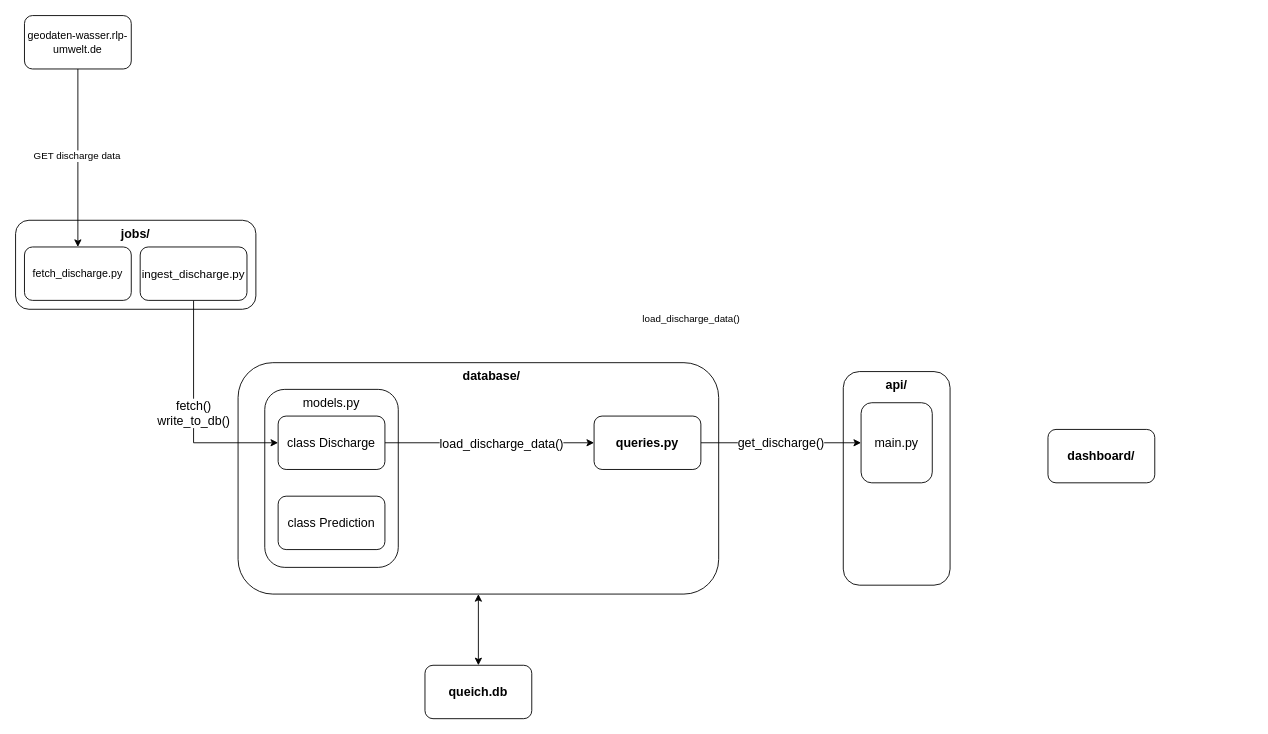
Earlier version of the draw.io diagram architecture/Pred-Q-ueich.drawio (danielsehr/pred-Q-ueich). Source tidied: cells renumbered, new cells numbered last; positions are measured from the earlier drawing's top-left corner, leaving out a move shared by most shapes. Both pictures are drawn from the tidied source at 89%, with x=0, y=0 at pixel (15, 15).
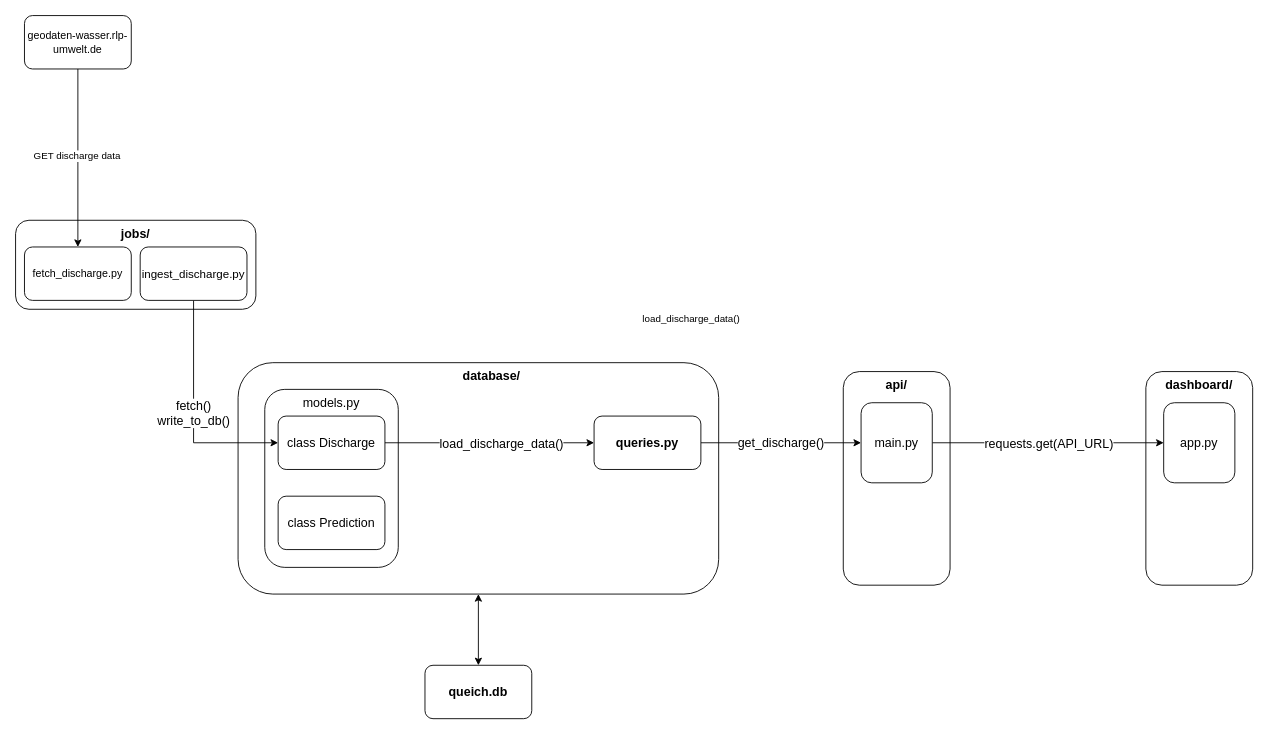
After the change.

Unchanged cells that the change refers to:
```xml
<mxCell id="28" value="&lt;font style=&quot;font-size: 14px;&quot;&gt;main.py&lt;/font&gt;" style="rounded=1;whiteSpace=wrap;html=1;" parent="1" vertex="1">
  <mxGeometry x="950" y="435" width="80" height="90" as="geometry" />
</mxCell>
```

What changed in the source:
```diff
@@
-    <mxCell id="5" value="&lt;font style=&quot;font-size: 14px;&quot;&gt;&lt;b&gt;dashboard/&lt;/b&gt;&lt;/font&gt;" style="rounded=1;whiteSpace=wrap;html=1;" parent="1" vertex="1">
-      <mxGeometry x="1160" y="465" width="120" height="60" as="geometry" />
+    <mxCell id="5" style="rounded=1;whiteSpace=wrap;html=1;" parent="1" vertex="1">
+      <mxGeometry x="1270" y="400" width="120" height="240" as="geometry" />
     </mxCell>
@@
+    <mxCell id="29" style="edgeStyle=orthogonalEdgeStyle;rounded=0;jettySize=auto;html=1;exitX=1;exitY=0.5;exitDx=0;exitDy=0;entryX=0;entryY=0.5;entryDx=0;entryDy=0;" parent="1" edge="1" source="28" target="32">
+      <mxGeometry relative="1" as="geometry" />
+    </mxCell>
+    <mxCell id="30" value="requests.get(API_URL)" style="edgeLabel;html=1;align=center;verticalAlign=middle;fontSize=14;" parent="29" vertex="1">
+      <mxGeometry x="0.08" y="2" relative="1" as="geometry">
+        <mxPoint x="-10" y="2" as="offset" />
+      </mxGeometry>
+    </mxCell>
@@
+    <mxCell id="31" value="&lt;font style=&quot;font-size: 14px;&quot;&gt;&lt;b&gt;dashboard/&lt;/b&gt;&lt;/font&gt;" style="text;html=1;whiteSpace=wrap;strokeColor=none;fillColor=none;align=center;verticalAlign=middle;rounded=0;" parent="1" vertex="1">
+      <mxGeometry x="1280" y="400" width="100" height="30" as="geometry" />
+    </mxCell>
+    <mxCell id="32" value="&lt;font style=&quot;font-size: 14px;&quot;&gt;app.py&lt;/font&gt;" style="rounded=1;whiteSpace=wrap;html=1;" parent="1" vertex="1">
+      <mxGeometry x="1290" y="435" width="80" height="90" as="geometry" />
+    </mxCell>
```
